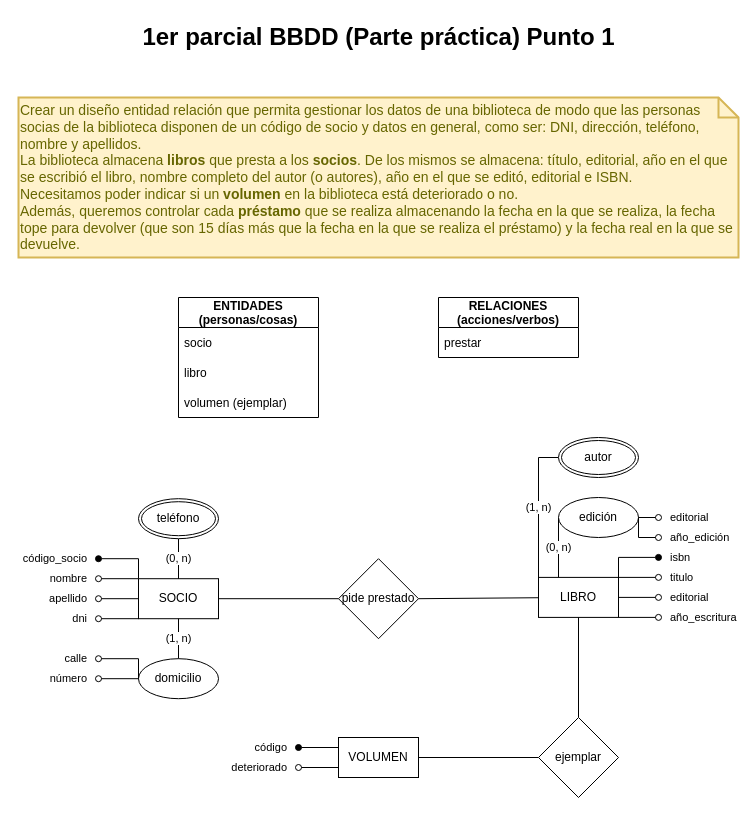
The draw.io diagram [Base de Datos]/Itinerario 07 (1er Parcial)/1er parcial (Parte práctica) Punto 1.drawio in zherar7ordoya/AP4, before the edit. Source tidied: cells renumbered, new cells numbered last; positions are measured from the earlier drawing's top-left corner, leaving out a move shared by most shapes. Both pictures are drawn from the tidied source at 100%, with x=0, y=0 at pixel (18, 17).
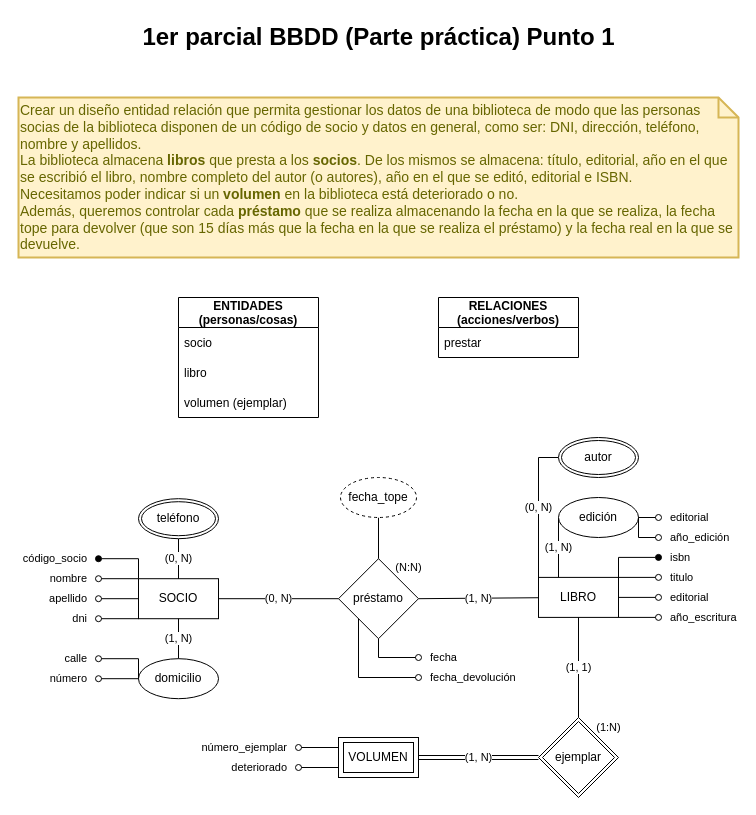
Above is the later version.

Unchanged cells that the change refers to:
```xml
<mxCell id="13" value="SOCIO" style="whiteSpace=wrap;html=1;align=center;" parent="1" vertex="1">
  <mxGeometry x="120" y="561.2" width="80" height="40" as="geometry" />
</mxCell>
<mxCell id="15" value="teléfono" style="ellipse;shape=doubleEllipse;margin=3;whiteSpace=wrap;html=1;align=center;rounded=0;sketch=0;noLabel=0;comic=0;backgroundOutline=0;movableLabel=0;" parent="1" vertex="1">
  <mxGeometry x="120" y="481.2" width="80" height="40" as="geometry" />
</mxCell>
<mxCell id="19" value="domicilio" style="ellipse;whiteSpace=wrap;html=1;align=center;comic=0;sketch=0;" parent="1" vertex="1">
  <mxGeometry x="120" y="641.2" width="80" height="40" as="geometry" />
</mxCell>
<mxCell id="27" value="LIBRO" style="whiteSpace=wrap;html=1;align=center;" parent="1" vertex="1">
  <mxGeometry x="520" y="559.9" width="80" height="40" as="geometry" />
</mxCell>
<mxCell id="29" value="edición" style="ellipse;whiteSpace=wrap;html=1;align=center;comic=0;sketch=0;" parent="1" vertex="1">
  <mxGeometry x="540" y="480" width="80" height="40" as="geometry" />
</mxCell>
<mxCell id="33" value="autor" style="ellipse;shape=doubleEllipse;margin=3;whiteSpace=wrap;html=1;align=center;rounded=0;sketch=0;noLabel=0;comic=0;backgroundOutline=0;movableLabel=0;" parent="1" vertex="1">
  <mxGeometry x="540" y="420" width="80" height="40" as="geometry" />
</mxCell>
```

Diff of the diagram source:
```diff
@@
-    <mxCell id="12" style="edgeStyle=none;rounded=0;jettySize=auto;html=1;entryX=0;entryY=0.5;entryDx=0;entryDy=0;endArrow=none;endFill=0;" parent="1" edge="1" source="13" target="34">
+    <mxCell id="12" value="(0, N)" style="edgeStyle=none;rounded=0;jettySize=auto;html=1;entryX=0;entryY=0.5;entryDx=0;entryDy=0;endArrow=none;endFill=0;" parent="1" edge="1" source="13" target="34">
       <mxGeometry relative="1" as="geometry" />
     </mxCell>
@@
-    <mxCell id="14" value="(0, n)" style="rounded=1;sketch=0;jettySize=auto;html=1;endArrow=none;endFill=0;exitX=0.5;exitY=1;exitDx=0;exitDy=0;" parent="1" edge="1" source="15">
+    <mxCell id="14" value="(0, N)" style="rounded=1;sketch=0;jettySize=auto;html=1;endArrow=none;endFill=0;exitX=0.5;exitY=1;exitDx=0;exitDy=0;" parent="1" edge="1" source="15">
       <mxGeometry relative="1" as="geometry">
         <mxPoint x="160" y="561.3" as="targetPoint" />
       </mxGeometry>
     </mxCell>
@@
-    <mxCell id="18" value="(1, n)" style="edgeStyle=none;rounded=0;jettySize=auto;html=1;endArrow=none;endFill=0;exitX=0.5;exitY=0;exitDx=0;exitDy=0;entryX=0.5;entryY=1;entryDx=0;entryDy=0;" parent="1" edge="1" source="19" target="13">
+    <mxCell id="18" value="(1, N)" style="edgeStyle=none;rounded=0;jettySize=auto;html=1;endArrow=none;endFill=0;exitX=0.5;exitY=0;exitDx=0;exitDy=0;entryX=0.5;entryY=1;entryDx=0;entryDy=0;" parent="1" edge="1" source="19" target="13">
       <mxGeometry relative="1" as="geometry" />
     </mxCell>
@@
-    <mxCell id="26" style="edgeStyle=none;rounded=0;jettySize=auto;html=1;entryX=1;entryY=0.5;entryDx=0;entryDy=0;endArrow=none;endFill=0;" parent="1" edge="1" source="27" target="34">
+    <mxCell id="26" value="(1, N)" style="edgeStyle=none;rounded=0;jettySize=auto;html=1;entryX=1;entryY=0.5;entryDx=0;entryDy=0;endArrow=none;endFill=0;" parent="1" edge="1" source="27" target="34">
       <mxGeometry relative="1" as="geometry" />
     </mxCell>
@@
-    <mxCell id="28" value="(0, n)" style="rounded=0;jettySize=auto;html=1;endArrow=none;endFill=0;entryX=0.25;entryY=0;entryDx=0;entryDy=0;exitX=0;exitY=0.5;exitDx=0;exitDy=0;" parent="1" edge="1" source="29" target="27">
+    <mxCell id="28" value="(1, N)" style="rounded=0;jettySize=auto;html=1;endArrow=none;endFill=0;entryX=0.25;entryY=0;entryDx=0;entryDy=0;exitX=0;exitY=0.5;exitDx=0;exitDy=0;" parent="1" edge="1" source="29" target="27">
       <mxGeometry relative="1" as="geometry" />
     </mxCell>
@@
-    <mxCell id="32" value="(1, n)" style="rounded=0;sketch=0;jettySize=auto;html=1;endArrow=none;endFill=0;exitX=0;exitY=0.5;exitDx=0;exitDy=0;entryX=0;entryY=0;entryDx=0;entryDy=0;" parent="1" edge="1" source="33" target="27">
+    <mxCell id="32" value="(0, N)" style="rounded=0;sketch=0;jettySize=auto;html=1;endArrow=none;endFill=0;exitX=0;exitY=0.5;exitDx=0;exitDy=0;entryX=0;entryY=0;entryDx=0;entryDy=0;" parent="1" edge="1" source="33" target="27">
       <mxGeometry relative="1" as="geometry">
         <Array as="points">
           <mxPoint x="520" y="440" />
         </Array>
       </mxGeometry>
     </mxCell>
@@
+    <mxCell id="41" style="edgeStyle=none;rounded=0;jettySize=auto;html=1;entryX=0.5;entryY=1;entryDx=0;entryDy=0;endArrow=none;endFill=0;" parent="1" edge="1" source="34" target="47">
+      <mxGeometry relative="1" as="geometry" />
+    </mxCell>
+    <mxCell id="42" value="fecha" style="edgeStyle=none;rounded=0;jettySize=auto;html=1;endArrow=oval;endFill=0;exitX=0.5;exitY=1;exitDx=0;exitDy=0;align=left;" parent="1" edge="1" source="34">
+      <mxGeometry x="1" y="10" relative="1" as="geometry">
+        <mxPoint x="400" y="640" as="targetPoint" />
+        <Array as="points">
+          <mxPoint x="360" y="640" />
+        </Array>
+        <mxPoint x="10" y="10" as="offset" />
+      </mxGeometry>
+    </mxCell>
+    <mxCell id="43" value="(N:N)" style="edgeStyle=none;rounded=0;jettySize=auto;html=1;exitX=1;exitY=0;exitDx=0;exitDy=0;endArrow=none;endFill=0;strokeColor=#FFFFFF;" parent="1" edge="1" source="34">
+      <mxGeometry relative="1" as="geometry">
+        <mxPoint x="400" y="540" as="targetPoint" />
+      </mxGeometry>
+    </mxCell>
-    <mxCell id="34" value="pide prestado" style="shape=rhombus;perimeter=rhombusPerimeter;whiteSpace=wrap;html=1;align=center;" parent="1" vertex="1">
+    <mxCell id="34" value="préstamo" style="shape=rhombus;perimeter=rhombusPerimeter;whiteSpace=wrap;html=1;align=center;" parent="1" vertex="1">
       <mxGeometry x="320" y="541.2" width="80" height="80" as="geometry" />
     </mxCell>
-    <mxCell id="35" value="código" style="edgeStyle=none;rounded=0;jettySize=auto;html=1;endArrow=oval;endFill=1;startArrow=none;startFill=0;labelPosition=center;verticalLabelPosition=middle;align=right;verticalAlign=middle;exitX=0;exitY=0.25;exitDx=0;exitDy=0;" parent="1" edge="1" source="37">
-      <mxGeometry x="1" y="10" relative="1" as="geometry">
-        <mxPoint x="280" y="730" as="targetPoint" />
-        <mxPoint x="-10" y="-10" as="offset" />
-      </mxGeometry>
-    </mxCell>
-    <mxCell id="36" value="deteriorado" style="rounded=0;jettySize=auto;html=1;exitX=0;exitY=0.75;exitDx=0;exitDy=0;endArrow=oval;endFill=0;align=right;labelPosition=center;verticalLabelPosition=middle;verticalAlign=middle;" parent="1" edge="1" source="37">
+    <mxCell id="36" value="deteriorado" style="rounded=0;jettySize=auto;html=1;endArrow=oval;endFill=0;align=right;labelPosition=center;verticalLabelPosition=middle;verticalAlign=middle;exitX=0;exitY=0.75;exitDx=0;exitDy=0;" parent="1" edge="1" source="37">
       <mxGeometry x="1" y="10" relative="1" as="geometry">
         <mxPoint x="280" y="750" as="targetPoint" />
         <mxPoint x="-10" y="-10" as="offset" />
       </mxGeometry>
     </mxCell>
-    <mxCell id="37" value="VOLUMEN" style="whiteSpace=wrap;html=1;align=center;" parent="1" vertex="1">
-      <mxGeometry x="320" y="720" width="80" height="40" as="geometry" />
-    </mxCell>
-    <mxCell id="38" style="edgeStyle=orthogonalEdgeStyle;rounded=0;jettySize=auto;html=1;entryX=0.5;entryY=1;entryDx=0;entryDy=0;endArrow=none;endFill=0;" parent="1" edge="1" source="40" target="27">
+    <mxCell id="38" value="(1, 1)" style="rounded=0;jettySize=auto;html=1;entryX=0.5;entryY=1;entryDx=0;entryDy=0;endArrow=none;endFill=0;exitX=0.5;exitY=0;exitDx=0;exitDy=0;" parent="1" edge="1" source="40" target="27">
       <mxGeometry relative="1" as="geometry" />
     </mxCell>
-    <mxCell id="39" style="edgeStyle=orthogonalEdgeStyle;rounded=0;jettySize=auto;html=1;entryX=1;entryY=0.5;entryDx=0;entryDy=0;endArrow=none;endFill=0;" parent="1" edge="1" source="40" target="37">
+    <mxCell id="39" value="(1, N)" style="rounded=0;jettySize=auto;html=1;endArrow=none;endFill=0;entryX=1;entryY=0.5;entryDx=0;entryDy=0;shape=link;exitX=0;exitY=0.5;exitDx=0;exitDy=0;" parent="1" edge="1" source="40" target="37">
       <mxGeometry relative="1" as="geometry" />
     </mxCell>
+    <mxCell id="37" value="VOLUMEN" style="shape=ext;margin=3;double=1;whiteSpace=wrap;html=1;align=center;" parent="1" vertex="1">
+      <mxGeometry x="320" y="720" width="80" height="40" as="geometry" />
+    </mxCell>
+    <mxCell id="44" value="número_ejemplar" style="rounded=0;jettySize=auto;html=1;endArrow=oval;endFill=0;align=right;labelPosition=center;verticalLabelPosition=middle;verticalAlign=middle;exitX=0;exitY=0.25;exitDx=0;exitDy=0;" parent="1" edge="1" source="37">
+      <mxGeometry x="1" y="10" relative="1" as="geometry">
+        <mxPoint x="280" y="730" as="targetPoint" />
+        <mxPoint x="-10" y="-10" as="offset" />
+      </mxGeometry>
+    </mxCell>
+    <mxCell id="45" style="edgeStyle=none;rounded=0;orthogonalLoop=1;jettySize=auto;html=1;exitX=1;exitY=0;exitDx=0;exitDy=0;endArrow=none;endFill=0;strokeColor=#FFFFFF;" parent="1" edge="1" source="40" target="40">
+      <mxGeometry relative="1" as="geometry" />
+    </mxCell>
+    <mxCell id="46" value="(1:N)" style="edgeStyle=none;rounded=0;jettySize=auto;html=1;exitX=1;exitY=0;exitDx=0;exitDy=0;endArrow=none;endFill=0;strokeColor=#FFFFFF;" parent="1" edge="1" source="40">
+      <mxGeometry relative="1" as="geometry">
+        <mxPoint x="600" y="700" as="targetPoint" />
+      </mxGeometry>
+    </mxCell>
-    <mxCell id="40" value="ejemplar" style="shape=rhombus;perimeter=rhombusPerimeter;whiteSpace=wrap;html=1;align=center;" parent="1" vertex="1">
+    <mxCell id="40" value="ejemplar" style="shape=rhombus;double=1;perimeter=rhombusPerimeter;whiteSpace=wrap;html=1;align=center;" parent="1" vertex="1">
       <mxGeometry x="520" y="700" width="80" height="80" as="geometry" />
     </mxCell>
+    <mxCell id="47" value="fecha_tope" style="ellipse;whiteSpace=wrap;html=1;align=center;dashed=1;" parent="1" vertex="1">
+      <mxGeometry x="322" y="460" width="76" height="40" as="geometry" />
+    </mxCell>
+    <mxCell id="48" value="fecha_devolución" style="edgeStyle=none;rounded=0;jettySize=auto;html=1;endArrow=oval;endFill=0;exitX=0;exitY=1;exitDx=0;exitDy=0;align=left;" parent="1" edge="1" source="34">
+      <mxGeometry x="1" y="10" relative="1" as="geometry">
+        <mxPoint x="400" y="660" as="targetPoint" />
+        <Array as="points">
+          <mxPoint x="340" y="660" />
+        </Array>
+        <mxPoint x="10" y="10" as="offset" />
+      </mxGeometry>
+    </mxCell>
```
